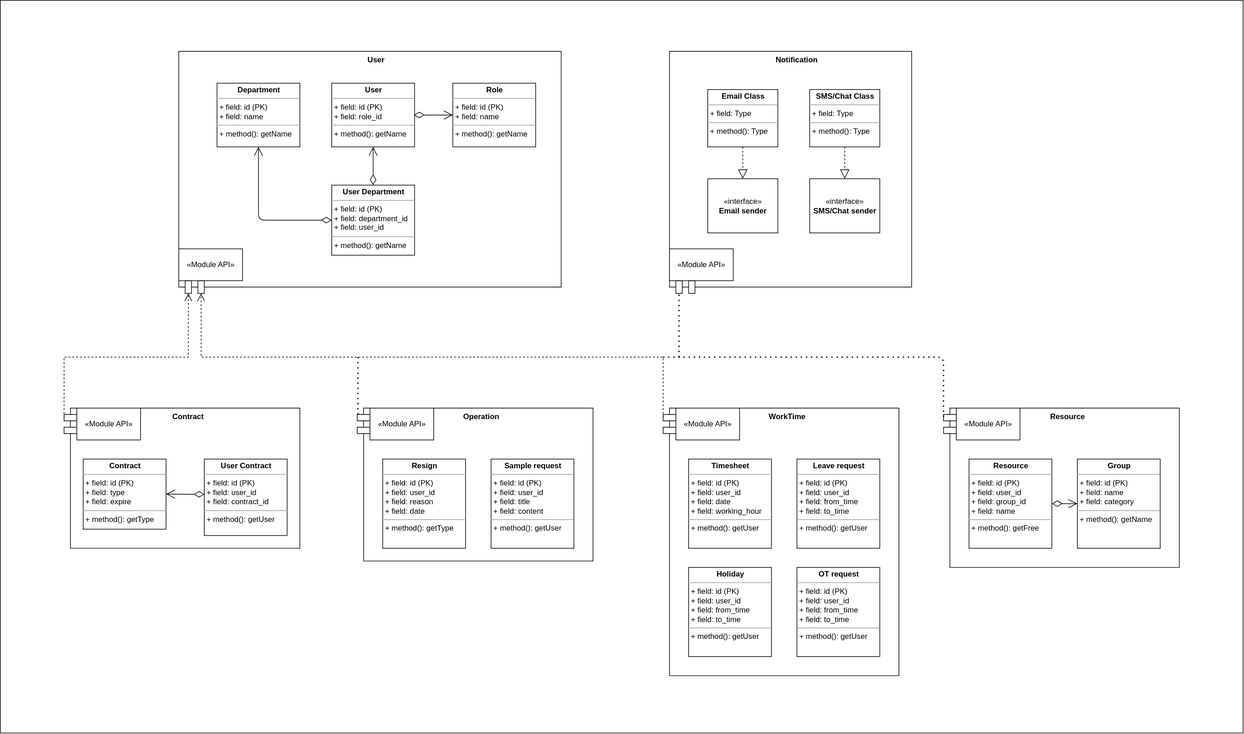
Before: UML/module.svg, a diagram exported from draw.io (vinhcd/simple-crm). Source tidied: cells renumbered, new cells last; positions are measured from the earlier drawing's top-left corner, leaving out a move shared by most shapes.
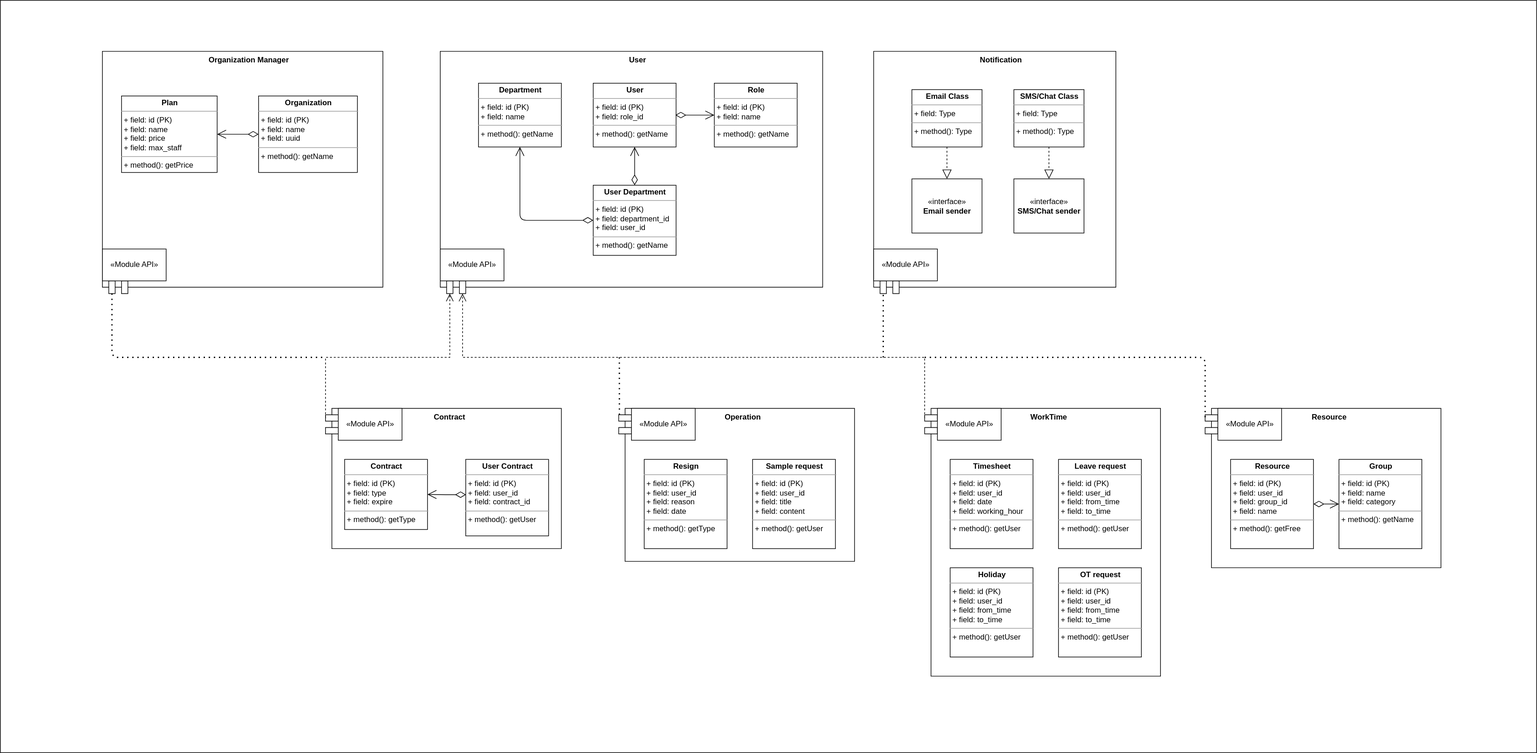
Later version of the same file.

Change to the diagram source:
```diff
@@ -3,7 +3,7 @@
     <mxCell id="0" />
     <mxCell id="1" parent="0" />
     <mxCell id="2" style="rounded=0;whiteSpace=wrap;html=1;" parent="1" vertex="1">
-      <mxGeometry width="1950" height="1150" as="geometry" />
+      <mxGeometry x="-410" width="2410" height="1180" as="geometry" />
     </mxCell>
     <mxCell id="3" value="WorkTime" style="shape=module;align=left;spacingLeft=20;align=center;verticalAlign=top;direction=east;fontStyle=1;" parent="1" vertex="1">
       <mxGeometry x="1040" y="640" width="370" height="420" as="geometry" />
@@ -115,27 +115,27 @@
       </mxGeometry>
     </mxCell>
     <mxCell id="33" value="Notification" style="shape=module;align=left;spacingLeft=20;align=center;verticalAlign=top;direction=north;fontStyle=1;" parent="1" vertex="1">
-      <mxGeometry x="1050" y="80" width="380" height="380" as="geometry" />
+      <mxGeometry x="960" y="80" width="380" height="380" as="geometry" />
     </mxCell>
     <mxCell id="34" value="«Module API»" style="html=1;" parent="1" vertex="1">
-      <mxGeometry x="1050" y="390" width="100" height="50" as="geometry" />
+      <mxGeometry x="960" y="390" width="100" height="50" as="geometry" />
     </mxCell>
     <mxCell id="35" value="«interface»&lt;br&gt;&lt;b&gt;Email sender&lt;/b&gt;" style="html=1;" parent="1" vertex="1">
-      <mxGeometry x="1110" y="280" width="110" height="85" as="geometry" />
+      <mxGeometry x="1020" y="280" width="110" height="85" as="geometry" />
     </mxCell>
     <mxCell id="36" value="«interface»&lt;br&gt;&lt;b&gt;SMS/Chat sender&lt;/b&gt;" style="html=1;" parent="1" vertex="1">
-      <mxGeometry x="1270" y="280" width="110" height="85" as="geometry" />
+      <mxGeometry x="1180" y="280" width="110" height="85" as="geometry" />
     </mxCell>
     <mxCell id="37" value="&lt;p style=&quot;margin: 0px ; margin-top: 4px ; text-align: center&quot;&gt;&lt;b&gt;Email Class&lt;/b&gt;&lt;/p&gt;&lt;hr size=&quot;1&quot;&gt;&lt;p style=&quot;margin: 0px ; margin-left: 4px&quot;&gt;+ field: Type&lt;/p&gt;&lt;hr size=&quot;1&quot;&gt;&lt;p style=&quot;margin: 0px ; margin-left: 4px&quot;&gt;+ method(): Type&lt;/p&gt;" style="verticalAlign=top;align=left;overflow=fill;fontSize=12;fontFamily=Helvetica;html=1;" parent="1" vertex="1">
-      <mxGeometry x="1110" y="140" width="110" height="90" as="geometry" />
+      <mxGeometry x="1020" y="140" width="110" height="90" as="geometry" />
     </mxCell>
     <mxCell id="38" style="endArrow=none;dashed=1;html=1;dashPattern=1 3;strokeWidth=2;entryX=0;entryY=0;entryDx=0;entryDy=15;entryPerimeter=0;" parent="1" edge="1" target="33">
       <mxGeometry relative="1" as="geometry">
-        <mxPoint x="1065" y="560" as="sourcePoint" />
+        <mxPoint x="975" y="560" as="sourcePoint" />
       </mxGeometry>
     </mxCell>
     <mxCell id="39" value="&lt;p style=&quot;margin: 0px ; margin-top: 4px ; text-align: center&quot;&gt;&lt;b&gt;SMS/Chat Class&lt;/b&gt;&lt;/p&gt;&lt;hr size=&quot;1&quot;&gt;&lt;p style=&quot;margin: 0px ; margin-left: 4px&quot;&gt;+ field: Type&lt;/p&gt;&lt;hr size=&quot;1&quot;&gt;&lt;p style=&quot;margin: 0px ; margin-left: 4px&quot;&gt;+ method(): Type&lt;/p&gt;" style="verticalAlign=top;align=left;overflow=fill;fontSize=12;fontFamily=Helvetica;html=1;" parent="1" vertex="1">
-      <mxGeometry x="1270" y="140" width="110" height="90" as="geometry" />
+      <mxGeometry x="1180" y="140" width="110" height="90" as="geometry" />
     </mxCell>
     <mxCell id="40" style="endArrow=block;dashed=1;endFill=0;endSize=12;html=1;exitX=0.5;exitY=1;exitDx=0;exitDy=0;entryX=0.5;entryY=0;entryDx=0;entryDy=0;" parent="1" edge="1" source="37" target="35">
       <mxGeometry relative="1" as="geometry" />
@@ -152,5 +152,28 @@
     <mxCell id="44" style="endArrow=open;html=1;endSize=12;startArrow=diamondThin;startSize=14;startFill=0;edgeStyle=orthogonalEdgeStyle;entryX=0.5;entryY=1;entryDx=0;entryDy=0;exitX=0;exitY=0.5;exitDx=0;exitDy=0;" parent="1" edge="1" source="42" target="6">
       <mxGeometry relative="1" as="geometry" />
     </mxCell>
+    <mxCell id="45" value="Organization Manager" style="shape=module;align=left;spacingLeft=20;align=center;verticalAlign=top;direction=north;fontStyle=1;" parent="1" vertex="1">
+      <mxGeometry x="-250" y="80" width="440" height="380" as="geometry" />
+    </mxCell>
+    <mxCell id="46" value="&lt;p style=&quot;margin: 0px ; margin-top: 4px ; text-align: center&quot;&gt;&lt;b&gt;Organization&lt;/b&gt;&lt;/p&gt;&lt;hr size=&quot;1&quot;&gt;&lt;p style=&quot;margin: 0px ; margin-left: 4px&quot;&gt;+ field: id (PK)&lt;span&gt;&lt;br&gt;&lt;/span&gt;&lt;/p&gt;&lt;p style=&quot;margin: 0px ; margin-left: 4px&quot;&gt;&lt;span&gt;+ field: name&lt;/span&gt;&lt;br&gt;&lt;/p&gt;&lt;p style=&quot;margin: 0px ; margin-left: 4px&quot;&gt;&lt;span&gt;+ field: uuid&lt;/span&gt;&lt;br&gt;&lt;/p&gt;&lt;hr size=&quot;1&quot;&gt;&lt;p style=&quot;margin: 0px ; margin-left: 4px&quot;&gt;+ method(): getName&lt;/p&gt;" style="verticalAlign=top;align=left;overflow=fill;fontSize=12;fontFamily=Helvetica;html=1;" parent="1" vertex="1">
+      <mxGeometry x="-5" y="150" width="155" height="120" as="geometry" />
+    </mxCell>
+    <mxCell id="47" value="«Module API»" style="html=1;" parent="1" vertex="1">
+      <mxGeometry x="-250" y="390" width="100" height="50" as="geometry" />
+    </mxCell>
+    <mxCell id="48" value="&lt;p style=&quot;margin: 0px ; margin-top: 4px ; text-align: center&quot;&gt;&lt;b&gt;Plan&lt;/b&gt;&lt;/p&gt;&lt;hr size=&quot;1&quot;&gt;&lt;p style=&quot;margin: 0px ; margin-left: 4px&quot;&gt;+ field: id (PK)&lt;span&gt;&lt;br&gt;&lt;/span&gt;&lt;/p&gt;&lt;p style=&quot;margin: 0px ; margin-left: 4px&quot;&gt;&lt;span&gt;+ field: name&lt;/span&gt;&lt;br&gt;&lt;/p&gt;&lt;p style=&quot;margin: 0px ; margin-left: 4px&quot;&gt;+ field: price&lt;br&gt;&lt;/p&gt;&lt;p style=&quot;margin: 0px ; margin-left: 4px&quot;&gt;+ field: max_staff&lt;br&gt;&lt;/p&gt;&lt;hr size=&quot;1&quot;&gt;&lt;p style=&quot;margin: 0px ; margin-left: 4px&quot;&gt;+ method(): getPrice&lt;/p&gt;" style="verticalAlign=top;align=left;overflow=fill;fontSize=12;fontFamily=Helvetica;html=1;" parent="1" vertex="1">
+      <mxGeometry x="-220" y="150" width="150" height="120" as="geometry" />
+    </mxCell>
+    <mxCell id="49" style="endArrow=open;html=1;endSize=12;startArrow=diamondThin;startSize=14;startFill=0;edgeStyle=orthogonalEdgeStyle;entryX=1;entryY=0.5;entryDx=0;entryDy=0;" parent="1" edge="1" source="46" target="48">
+      <mxGeometry relative="1" as="geometry" />
+    </mxCell>
+    <mxCell id="50" style="endArrow=none;dashed=1;html=1;dashPattern=1 3;strokeWidth=2;exitX=0;exitY=0;exitDx=0;exitDy=15;exitPerimeter=0;" parent="1" edge="1" source="45">
+      <mxGeometry relative="1" as="geometry">
+        <mxPoint x="100" y="560" as="targetPoint" />
+        <Array as="points">
+          <mxPoint x="-235" y="560" />
+        </Array>
+      </mxGeometry>
+    </mxCell>
   </root>
 </mxGraphModel>
```
